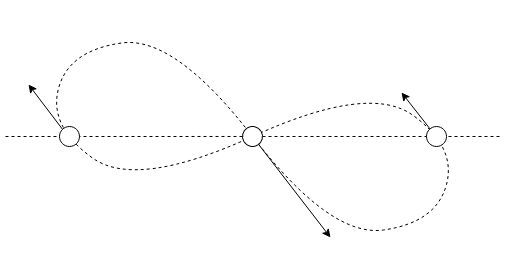
The draw.io diagram assets/images/three_body_simulation_figure8.drawio.png in pigatron-industries/pigatron-industries.github.io, before a commit. Source tidied: cells renumbered, new cells last; positions are measured from the earlier drawing's top-left corner, leaving out a move shared by most shapes. Its diagram source:
```xml
<mxGraphModel>
  <root>
    <mxCell id="0" />
    <mxCell id="1" parent="0" />
    <mxCell id="2" style="group;rotation=14;" parent="1" vertex="1">
      <mxGeometry x="7" y="21" width="480" height="160" as="geometry" />
    </mxCell>
    <mxCell id="3" style="curved=1;endArrow=none;html=1;rounded=0;endFill=0;dashed=1;" parent="2" edge="1">
      <mxGeometry relative="1" as="geometry">
        <mxPoint x="240" y="80" as="sourcePoint" />
        <mxPoint x="240" y="80" as="targetPoint" />
        <Array as="points">
          <mxPoint x="124" y="133" />
          <mxPoint x="36" y="70" />
          <mxPoint x="56" y="-6" />
          <mxPoint x="162" y="-21" />
          <mxPoint x="318" y="181" />
          <mxPoint x="424" y="166" />
          <mxPoint x="444" y="90" />
          <mxPoint x="356" y="27" />
        </Array>
      </mxGeometry>
    </mxCell>
    <mxCell id="4" style="endArrow=none;dashed=1;html=1;rounded=0;startArrow=none;" parent="2" edge="1" source="8">
      <mxGeometry relative="1" as="geometry">
        <mxPoint x="487" y="80" as="targetPoint" />
      </mxGeometry>
    </mxCell>
    <mxCell id="5" style="endArrow=classic;html=1;rounded=0;" parent="2" edge="1">
      <mxGeometry relative="1" as="geometry">
        <mxPoint x="240" y="80" as="sourcePoint" />
        <mxPoint x="318" y="181" as="targetPoint" />
      </mxGeometry>
    </mxCell>
    <mxCell id="6" style="endArrow=none;html=1;rounded=0;startArrow=classic;startFill=1;endFill=0;" parent="2" edge="1">
      <mxGeometry relative="1" as="geometry">
        <mxPoint x="389" y="36" as="sourcePoint" />
        <mxPoint x="429" y="87" as="targetPoint" />
      </mxGeometry>
    </mxCell>
    <mxCell id="7" style="endArrow=none;html=1;rounded=0;startArrow=classic;startFill=1;endFill=0;" parent="2" edge="1">
      <mxGeometry relative="1" as="geometry">
        <mxPoint x="16" y="28" as="sourcePoint" />
        <mxPoint x="57" y="82" as="targetPoint" />
      </mxGeometry>
    </mxCell>
    <mxCell id="8" style="ellipse;whiteSpace=wrap;html=1;rotation=14;" parent="2" vertex="1">
      <mxGeometry x="230" y="70" width="20" height="20" as="geometry" />
    </mxCell>
    <mxCell id="9" style="endArrow=none;dashed=1;html=1;rounded=0;" parent="2" edge="1" target="8">
      <mxGeometry relative="1" as="geometry">
        <mxPoint x="-7" y="80" as="sourcePoint" />
      </mxGeometry>
    </mxCell>
    <mxCell id="10" style="ellipse;whiteSpace=wrap;html=1;" parent="1" vertex="1">
      <mxGeometry x="421" y="91" width="20" height="20" as="geometry" />
    </mxCell>
    <mxCell id="11" style="ellipse;whiteSpace=wrap;html=1;" parent="1" vertex="1">
      <mxGeometry x="54" y="91" width="20" height="20" as="geometry" />
    </mxCell>
  </root>
</mxGraphModel>
```
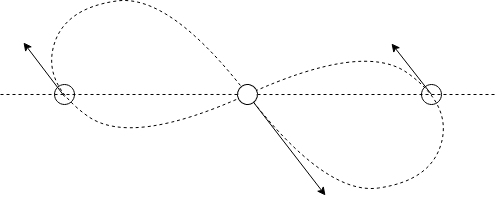
Above is the later version.

What changed in the source:
```diff
@@ -2,61 +2,58 @@
   <root>
     <mxCell id="0" />
     <mxCell id="1" parent="0" />
-    <mxCell id="2" style="group;rotation=14;" parent="1" vertex="1">
-      <mxGeometry x="7" y="21" width="480" height="160" as="geometry" />
-    </mxCell>
+    <mxCell id="10" style="ellipse;whiteSpace=wrap;html=1;" parent="1" vertex="1">
+      <mxGeometry x="421" y="91" width="20" height="20" as="geometry" />
+    </mxCell>
+    <mxCell id="11" style="ellipse;whiteSpace=wrap;html=1;" parent="1" vertex="1">
+      <mxGeometry x="54" y="91" width="20" height="20" as="geometry" />
+    </mxCell>
-    <mxCell id="3" style="curved=1;endArrow=none;html=1;rounded=0;endFill=0;dashed=1;" parent="2" edge="1">
+    <mxCell id="3" style="curved=1;endArrow=none;html=1;rounded=0;endFill=0;dashed=1;" parent="1" edge="1">
       <mxGeometry relative="1" as="geometry">
-        <mxPoint x="240" y="80" as="sourcePoint" />
-        <mxPoint x="240" y="80" as="targetPoint" />
+        <mxPoint x="247" y="101" as="sourcePoint" />
+        <mxPoint x="247" y="101" as="targetPoint" />
         <Array as="points">
-          <mxPoint x="124" y="133" />
-          <mxPoint x="36" y="70" />
-          <mxPoint x="56" y="-6" />
-          <mxPoint x="162" y="-21" />
-          <mxPoint x="318" y="181" />
-          <mxPoint x="424" y="166" />
-          <mxPoint x="444" y="90" />
-          <mxPoint x="356" y="27" />
+          <mxPoint x="131" y="154" />
+          <mxPoint x="43" y="91" />
+          <mxPoint x="63" y="15" />
+          <mxPoint x="169" />
+          <mxPoint x="325" y="202" />
+          <mxPoint x="431" y="187" />
+          <mxPoint x="451" y="111" />
+          <mxPoint x="363" y="48" />
         </Array>
       </mxGeometry>
     </mxCell>
-    <mxCell id="4" style="endArrow=none;dashed=1;html=1;rounded=0;startArrow=none;" parent="2" edge="1" source="8">
+    <mxCell id="4" style="endArrow=none;dashed=1;html=1;rounded=0;startArrow=none;" parent="1" edge="1" source="8">
       <mxGeometry relative="1" as="geometry">
-        <mxPoint x="487" y="80" as="targetPoint" />
+        <mxPoint x="494" y="101" as="targetPoint" />
       </mxGeometry>
     </mxCell>
-    <mxCell id="5" style="endArrow=classic;html=1;rounded=0;" parent="2" edge="1">
+    <mxCell id="5" style="endArrow=classic;html=1;rounded=0;" parent="1" edge="1">
       <mxGeometry relative="1" as="geometry">
-        <mxPoint x="240" y="80" as="sourcePoint" />
-        <mxPoint x="318" y="181" as="targetPoint" />
+        <mxPoint x="247" y="101" as="sourcePoint" />
+        <mxPoint x="325" y="202" as="targetPoint" />
       </mxGeometry>
     </mxCell>
-    <mxCell id="6" style="endArrow=none;html=1;rounded=0;startArrow=classic;startFill=1;endFill=0;" parent="2" edge="1">
+    <mxCell id="6" style="endArrow=none;html=1;rounded=0;startArrow=classic;startFill=1;endFill=0;" parent="1" edge="1">
       <mxGeometry relative="1" as="geometry">
-        <mxPoint x="389" y="36" as="sourcePoint" />
-        <mxPoint x="429" y="87" as="targetPoint" />
+        <mxPoint x="391" y="50" as="sourcePoint" />
+        <mxPoint x="431" y="101" as="targetPoint" />
       </mxGeometry>
     </mxCell>
-    <mxCell id="7" style="endArrow=none;html=1;rounded=0;startArrow=classic;startFill=1;endFill=0;" parent="2" edge="1">
+    <mxCell id="7" style="endArrow=none;html=1;rounded=0;startArrow=classic;startFill=1;endFill=0;" parent="1" edge="1">
       <mxGeometry relative="1" as="geometry">
-        <mxPoint x="16" y="28" as="sourcePoint" />
-        <mxPoint x="57" y="82" as="targetPoint" />
+        <mxPoint x="23" y="49" as="sourcePoint" />
+        <mxPoint x="64" y="103" as="targetPoint" />
       </mxGeometry>
     </mxCell>
-    <mxCell id="8" style="ellipse;whiteSpace=wrap;html=1;rotation=14;" parent="2" vertex="1">
-      <mxGeometry x="230" y="70" width="20" height="20" as="geometry" />
+    <mxCell id="8" style="ellipse;whiteSpace=wrap;html=1;rotation=14;" parent="1" vertex="1">
+      <mxGeometry x="237" y="91" width="20" height="20" as="geometry" />
     </mxCell>
-    <mxCell id="9" style="endArrow=none;dashed=1;html=1;rounded=0;" parent="2" edge="1" target="8">
+    <mxCell id="9" style="endArrow=none;dashed=1;html=1;rounded=0;" parent="1" edge="1" target="8">
       <mxGeometry relative="1" as="geometry">
-        <mxPoint x="-7" y="80" as="sourcePoint" />
+        <mxPoint y="101" as="sourcePoint" />
       </mxGeometry>
     </mxCell>
-    <mxCell id="10" style="ellipse;whiteSpace=wrap;html=1;" parent="1" vertex="1">
-      <mxGeometry x="421" y="91" width="20" height="20" as="geometry" />
-    </mxCell>
-    <mxCell id="11" style="ellipse;whiteSpace=wrap;html=1;" parent="1" vertex="1">
-      <mxGeometry x="54" y="91" width="20" height="20" as="geometry" />
-    </mxCell>
   </root>
 </mxGraphModel>
```
